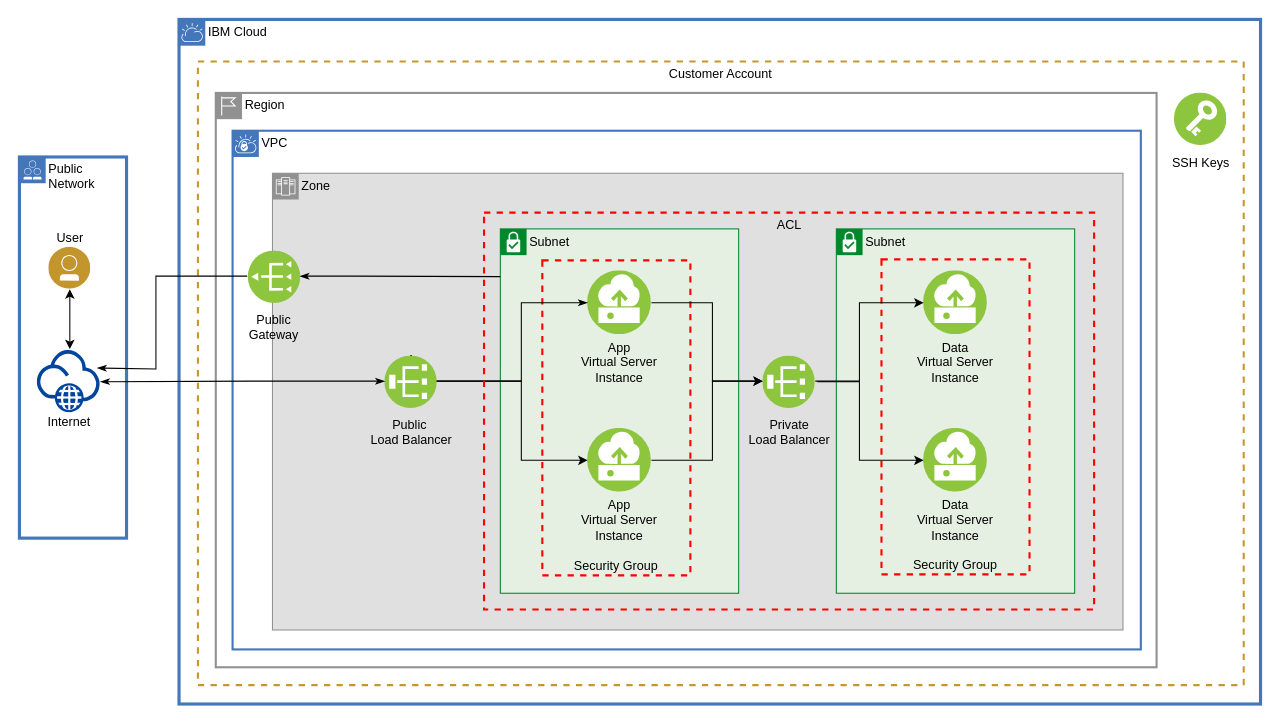
Before: diagrams/devasset-vpc-networking.drawio in ibm-cloud-architecture/devasset-vpc-networking, a draw.io diagram. Source tidied: cells renumbered, new cells numbered last; positions are measured from the earlier drawing's top-left corner, leaving out a move shared by most shapes. Both pictures are drawn from the tidied source at 105%, with x=0, y=0 at pixel (19, 19).
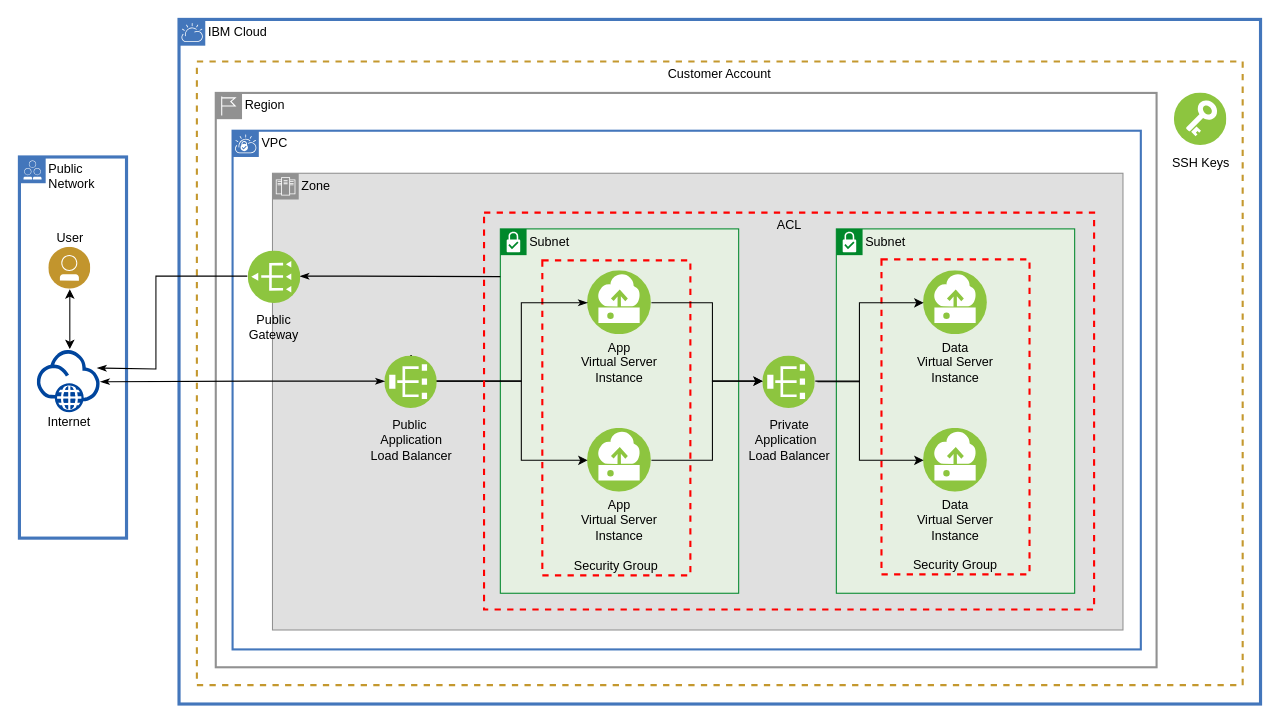
After the change.

Unchanged cells that the change refers to:
```xml
<mxCell id="6" value="IBM Cloud" style="shape=mxgraph.ibm.box;prType=cloud;fontStyle=0;verticalAlign=top;align=left;spacingLeft=32;spacingTop=4;fillColor=none;rounded=0;whiteSpace=wrap;html=1;strokeColor=#4376BB;strokeWidth=3;dashed=0;spacing=-4;" parent="1" vertex="1">
  <mxGeometry x="152" width="1030" height="652" as="geometry" />
</mxCell>
<mxCell id="9" value="&lt;div&gt;&lt;font style=&quot;font-size: 12px&quot;&gt;Zone&lt;br&gt;&lt;/font&gt;&lt;/div&gt;" style="shape=mxgraph.ibm.box;prType=zone;fontStyle=0;verticalAlign=top;align=left;spacingLeft=32;spacingTop=4;fillColor=#E0E0E0;rounded=0;whiteSpace=wrap;html=1;strokeColor=#919191;strokeWidth=1;dashed=0;spacing=-4;" parent="8" vertex="1">
  <mxGeometry x="38" y="40.5" width="810" height="435" as="geometry" />
</mxCell>
```

What changed in the source:
```diff
@@
-    <mxCell id="19" value="Private &lt;br&gt;Load Balancer" style="perimeter=ellipsePerimeter;html=1;align=center;shadow=0;dashed=0;fontSize=12;spacingTop=3;image;image=img/lib/ibm/vpc/LoadBalancer.svg;labelBackgroundColor=none;direction=north;" parent="9" vertex="1">
+    <mxCell id="19" value="Private&lt;br&gt;Application&amp;nbsp;&amp;nbsp;&lt;br&gt;Load Balancer" style="perimeter=ellipsePerimeter;html=1;align=center;shadow=0;dashed=0;fontSize=12;spacingTop=3;image;image=img/lib/ibm/vpc/LoadBalancer.svg;labelBackgroundColor=none;direction=north;" parent="9" vertex="1">
       <mxGeometry x="467" y="173" width="50" height="50" as="geometry" />
     </mxCell>
@@
-    <mxCell id="22" value="Public&amp;nbsp;&lt;br&gt;Load Balancer" style="perimeter=ellipsePerimeter;html=1;align=center;shadow=0;dashed=0;fontSize=12;spacingTop=3;image;image=img/lib/ibm/vpc/LoadBalancer.svg;labelBackgroundColor=none;direction=north;" parent="9" vertex="1">
+    <mxCell id="22" value="Public&amp;nbsp;&lt;br&gt;Application&lt;br&gt;Load Balancer" style="perimeter=ellipsePerimeter;html=1;align=center;shadow=0;dashed=0;fontSize=12;spacingTop=3;image;image=img/lib/ibm/vpc/LoadBalancer.svg;labelBackgroundColor=none;direction=north;" parent="9" vertex="1">
       <mxGeometry x="107" y="173" width="50" height="50" as="geometry" />
     </mxCell>
@@
     <mxCell id="30" value="Customer Account" style="fontStyle=0;verticalAlign=top;align=center;spacingTop=-2;fillColor=none;rounded=0;whiteSpace=wrap;html=1;strokeWidth=2;dashed=1;fontColor=#000000;strokeColor=#C4982E;" parent="6" vertex="1">
-      <mxGeometry x="18" y="40" width="996" height="594" as="geometry" />
+      <mxGeometry x="17" y="40" width="996" height="594" as="geometry" />
     </mxCell>
```
